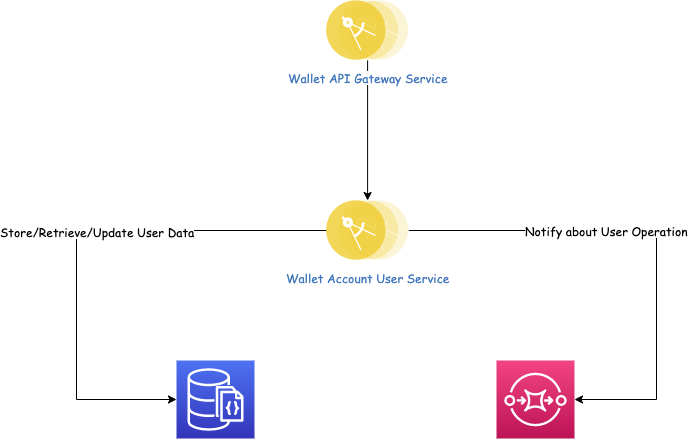
Earlier version of the draw.io export src/main/resources/static/img/WalletAccountUser_Arch.png (nkeita-services/wallet-account-user). Source tidied: cells renumbered, new cells last; positions are measured from the earlier drawing's top-left corner, leaving out a move shared by most shapes.
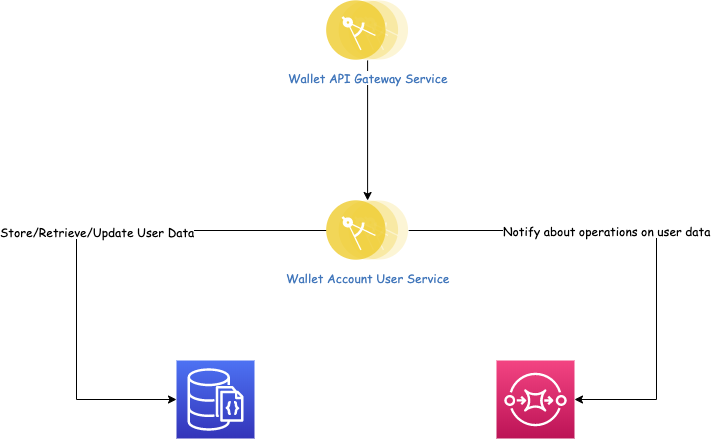
Later version of the same file.

Diff of the diagram source:
```diff
@@ -21,7 +21,7 @@
         </Array>
       </mxGeometry>
     </mxCell>
-    <mxCell id="5" value="Notify about User Operation" style="text;html=1;align=center;verticalAlign=middle;labelBackgroundColor=#ffffff;fontFamily=Comic Sans MS;" parent="4" vertex="1">
+    <mxCell id="5" value="Notify about operations on user data" style="text;html=1;align=center;verticalAlign=middle;labelBackgroundColor=#ffffff;fontFamily=Comic Sans MS;" parent="4" vertex="1">
       <mxGeometry x="-0.21" y="1" relative="1" as="geometry" />
     </mxCell>
     <mxCell id="6" value="Wallet Account User Service" style="perimeter=ellipsePerimeter;html=1;align=center;shadow=0;dashed=0;fontColor=#4277BB;labelBackgroundColor=#ffffff;fontSize=12;spacingTop=3;image;image=img/lib/ibm/applications/microservice.svg;fontFamily=Comic Sans MS;" parent="1" vertex="1">
```
